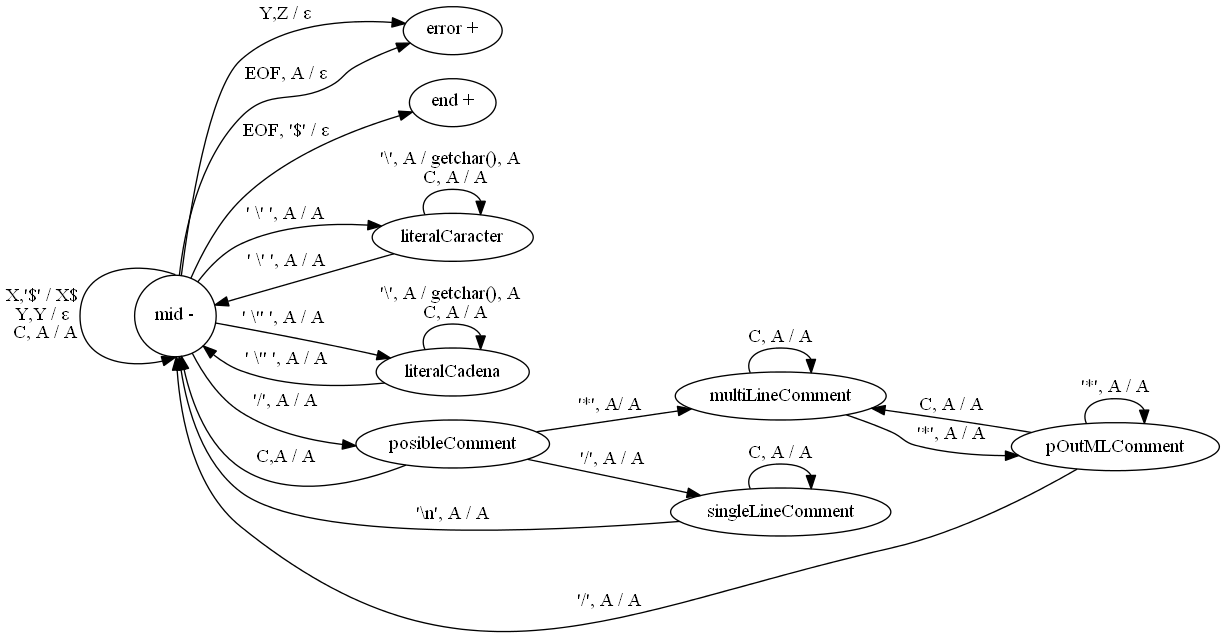
jmontivero/TPBalanceador keeps this Graphviz diagram as balanceador.png. Above is the earlier version. Its source is kept beside it as balanceador.gv. Source of this version:
```dot
digraph {
	rankdir = "LR"
	mid [label = <mid ->, shape  = circle]
	mid -> error [label = <Y,Z / &epsilon;>];//Y es cualquier caracter que cierra y Z es cualquier caracter de la pila menos Y
	mid -> error [label = <EOF, A / &epsilon;>];//A es cualquier caracter de la pila
	mid -> end [label = <EOF, '$' / &epsilon;>];//Fin de archivo correcto
	mid -> literalCaracter [label = < ' \' ', A / A >];
	mid -> literalCadena [label = <' \" ', A / A >];
	mid -> posibleComment [label = <'/', A / A>];
	mid:n -> mid:s [label = <X,'$' / X$<br/>Y,Y / &epsilon;<br/> C, A / A>];

	literalCaracter -> mid [label = <' \' ', A / A>];
	literalCaracter -> literalCaracter [label = <'\\', A / getchar(), A <br/> C, A / A>];

	literalCadena -> mid  [label = <' \" ', A / A>];
	literalCadena -> literalCadena [label = <'\\', A / getchar(), A <br/> C, A / A>];

	posibleComment -> singleLineComment [label = < '/', A / A>];
	posibleComment -> multiLineComment [label = <'*', A/ A>];
	posibleComment -> mid [label = <C,A / A>];

	singleLineComment -> mid [label = <'\n', A / A>];
	singleLineComment -> singleLineComment [label = <C, A / A>];

	multiLineComment -> pOutMLComment [label = <'*', A / A>];//Posible salida de comentario
	multiLineComment -> multiLineComment [label = <C, A / A>];

	pOutMLComment -> mid  [label = <'/', A / A>];//Fin comentario
	pOutMLComment -> pOutMLComment  [label = <'*', A / A>];
	pOutMLComment -> multiLineComment [label = <C, A / A>];//No termina el comentario

	end [label = <end +>];

	error [label = <error +>];
}
```
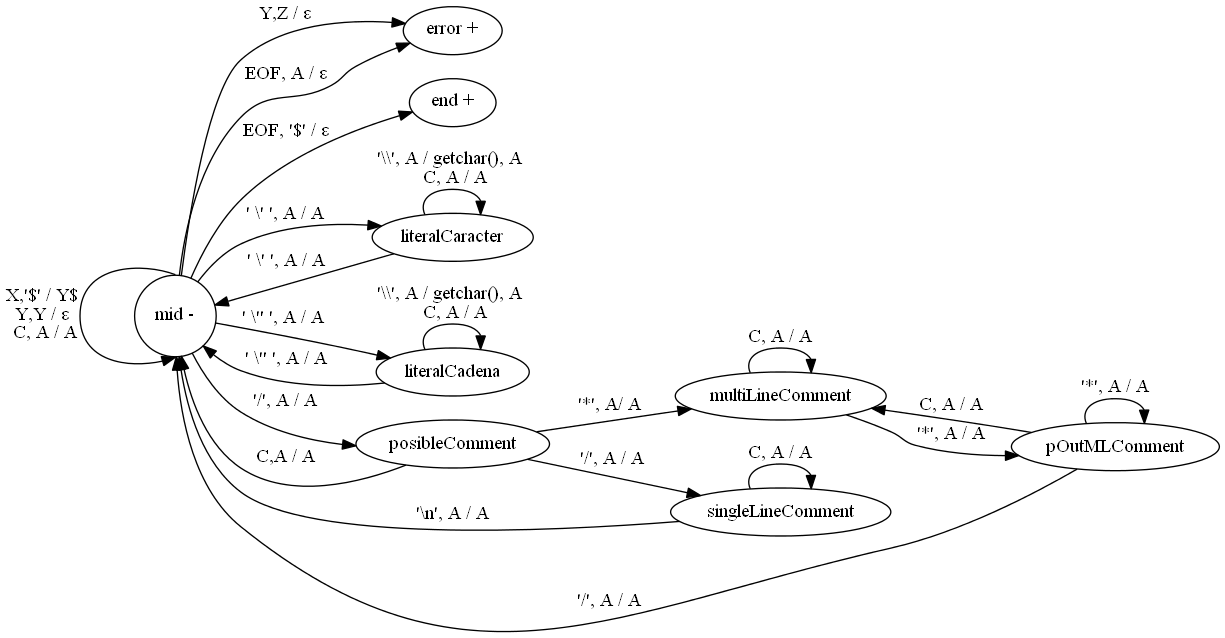
The same diagram one commit later.

Commit message:
Correccion de errores en el grafo

Change to the diagram source:
```diff
@@ -7,13 +7,13 @@
 	mid -> literalCaracter [label = < ' \' ', A / A >];
 	mid -> literalCadena [label = <' \" ', A / A >];
 	mid -> posibleComment [label = <'/', A / A>];
-	mid:n -> mid:s [label = <X,'$' / X$<br/>Y,Y / &epsilon;<br/> C, A / A>];
+	mid:n -> mid:s [label = <X,'$' / Y$<br/>Y,Y / &epsilon;<br/> C, A / A>];
 
 	literalCaracter -> mid [label = <' \' ', A / A>];
-	literalCaracter -> literalCaracter [label = <'\\', A / getchar(), A <br/> C, A / A>];
+	literalCaracter -> literalCaracter [label = <'\\\\', A / getchar(), A <br/> C, A / A>];
 
 	literalCadena -> mid  [label = <' \" ', A / A>];
-	literalCadena -> literalCadena [label = <'\\', A / getchar(), A <br/> C, A / A>];
+	literalCadena -> literalCadena [label = <'\\\\', A / getchar(), A <br/> C, A / A>];
 
 	posibleComment -> singleLineComment [label = < '/', A / A>];
 	posibleComment -> multiLineComment [label = <'*', A/ A>];
```
